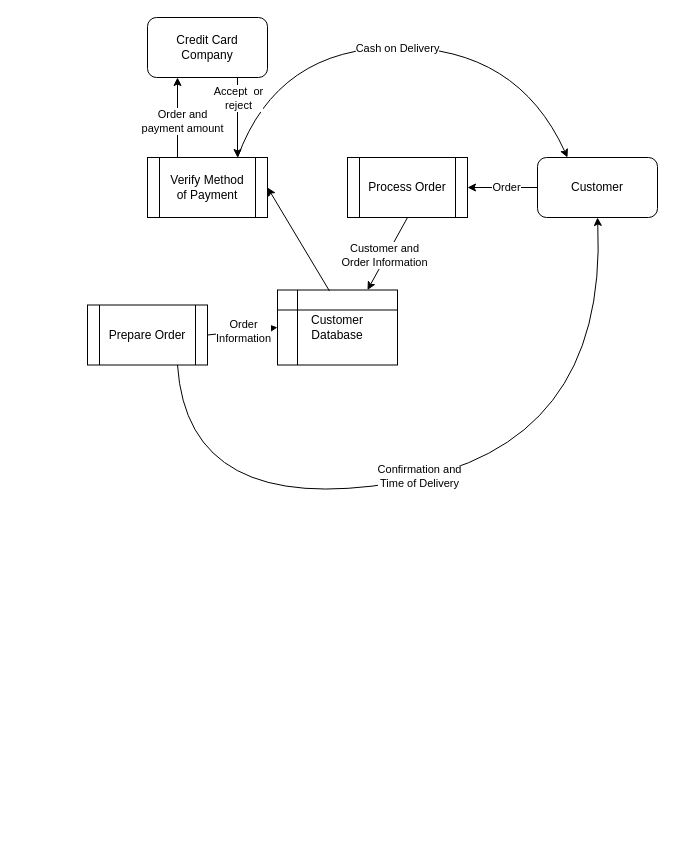
This is Untitled Diagram.drawio from Rimxez/PRATOYO, a draw.io file, before an edit. Source tidied: cells renumbered, new cells numbered last; positions are measured from the earlier drawing's top-left corner, leaving out a move shared by most shapes. Both pictures are drawn from the tidied source at 100%, with x=0, y=0 at pixel (87, 17).
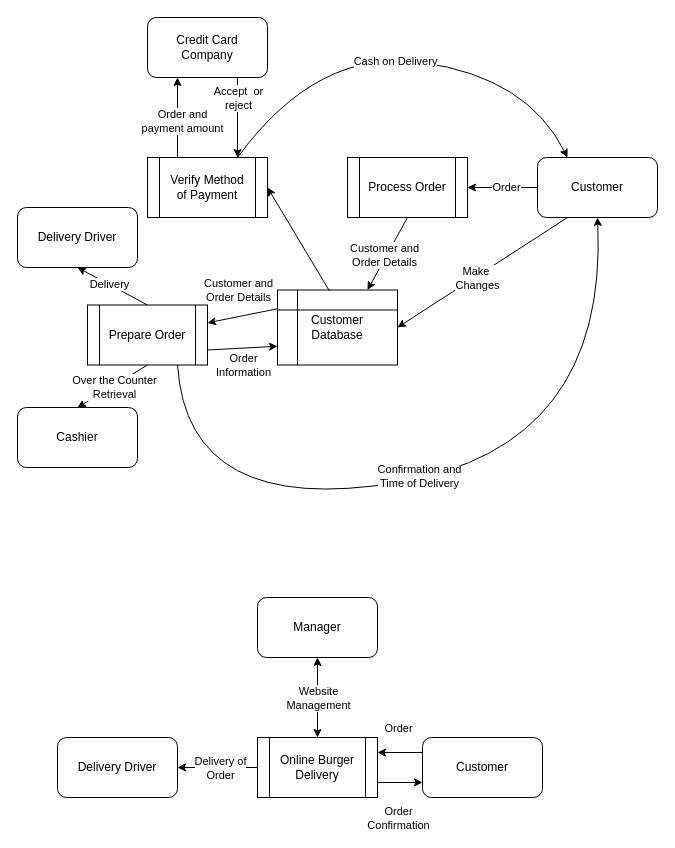
After the change.

Unchanged cells that the change refers to:
```xml
<mxCell id="2" value="Customer" style="rounded=1;whiteSpace=wrap;html=1;" parent="1" vertex="1">
  <mxGeometry x="450" y="140" width="120" height="60" as="geometry" />
</mxCell>
<mxCell id="3" value="Customer&lt;br&gt;Database" style="shape=internalStorage;whiteSpace=wrap;html=1;backgroundOutline=1;" parent="1" vertex="1">
  <mxGeometry x="190" y="272.5" width="120" height="75" as="geometry" />
</mxCell>
<mxCell id="5" value="Verify Method&lt;br&gt;of Payment" style="shape=process;whiteSpace=wrap;html=1;backgroundOutline=1;" parent="1" vertex="1">
  <mxGeometry x="60" y="140" width="120" height="60" as="geometry" />
</mxCell>
<mxCell id="6" value="Prepare Order" style="shape=process;whiteSpace=wrap;html=1;backgroundOutline=1;" parent="1" vertex="1">
  <mxGeometry y="287.5" width="120" height="60" as="geometry" />
</mxCell>
<mxCell id="9" style="endArrow=classic;html=1;rounded=0;entryX=0.75;entryY=0;entryDx=0;entryDy=0;exitX=0.5;exitY=1;exitDx=0;exitDy=0;" parent="1" edge="1" source="4" target="3">
  <mxGeometry relative="1" as="geometry" />
</mxCell>
```

Diff of the diagram source:
```diff
@@
-    <mxCell id="10" value="Customer and&lt;br&gt;Order Information" style="edgeLabel;html=1;align=center;verticalAlign=middle;" parent="9" vertex="1">
+    <mxCell id="10" value="Customer and&lt;br&gt;Order Details" style="edgeLabel;html=1;align=center;verticalAlign=middle;" parent="9" vertex="1">
       <mxGeometry x="0.06" y="-3" relative="1" as="geometry" />
     </mxCell>
@@
     <mxCell id="12" style="curved=1;endArrow=classic;html=1;rounded=0;exitX=0.75;exitY=0;exitDx=0;exitDy=0;entryX=0.25;entryY=0;entryDx=0;entryDy=0;" parent="1" edge="1" source="5" target="2">
       <mxGeometry relative="1" as="geometry">
         <Array as="points">
-          <mxPoint x="190" y="30" />
-          <mxPoint x="430" y="30" />
+          <mxPoint x="230" y="30" />
+          <mxPoint x="440" y="60" />
         </Array>
       </mxGeometry>
     </mxCell>
@@
-    <mxCell id="21" style="endArrow=classic;html=1;rounded=0;exitX=1;exitY=0.5;exitDx=0;exitDy=0;entryX=0;entryY=0.5;entryDx=0;entryDy=0;" parent="1" edge="1" source="6" target="3">
+    <mxCell id="21" style="endArrow=classic;html=1;rounded=0;exitX=1;exitY=0.75;exitDx=0;exitDy=0;entryX=0;entryY=0.75;entryDx=0;entryDy=0;" parent="1" edge="1" source="6" target="3">
       <mxGeometry relative="1" as="geometry" />
     </mxCell>
     <mxCell id="22" value="Order &lt;br&gt;Information" style="edgeLabel;html=1;align=center;verticalAlign=middle;" parent="21" vertex="1">
-      <mxGeometry x="0.03" relative="1" as="geometry" />
+      <mxGeometry x="0.03" relative="1" as="geometry">
+        <mxPoint y="17" as="offset" />
+      </mxGeometry>
     </mxCell>
+    <mxCell id="23" value="Delivery Driver" style="rounded=1;whiteSpace=wrap;html=1;" parent="1" vertex="1">
+      <mxGeometry x="-70" y="190" width="120" height="60" as="geometry" />
+    </mxCell>
+    <mxCell id="24" value="Cashier" style="rounded=1;whiteSpace=wrap;html=1;" parent="1" vertex="1">
+      <mxGeometry x="-70" y="390" width="120" height="60" as="geometry" />
+    </mxCell>
+    <mxCell id="25" style="endArrow=classic;html=1;rounded=0;exitX=0.5;exitY=0;exitDx=0;exitDy=0;entryX=0.5;entryY=1;entryDx=0;entryDy=0;" parent="1" edge="1" source="6" target="23">
+      <mxGeometry relative="1" as="geometry" />
+    </mxCell>
+    <mxCell id="26" value="Delivery" style="edgeLabel;html=1;align=center;verticalAlign=middle;" parent="25" vertex="1">
+      <mxGeometry x="0.12" y="-1" relative="1" as="geometry">
+        <mxPoint y="1" as="offset" />
+      </mxGeometry>
+    </mxCell>
+    <mxCell id="27" style="endArrow=classic;html=1;rounded=0;exitX=0.5;exitY=1;exitDx=0;exitDy=0;entryX=0.5;entryY=0;entryDx=0;entryDy=0;" parent="1" edge="1" source="6" target="24">
+      <mxGeometry relative="1" as="geometry" />
+    </mxCell>
+    <mxCell id="28" value="Over the Counter&lt;br&gt;Retrieval" style="edgeLabel;html=1;align=center;verticalAlign=middle;" parent="27" vertex="1">
+      <mxGeometry x="-0.03" y="2" relative="1" as="geometry" />
+    </mxCell>
+    <mxCell id="29" style="endArrow=classic;html=1;rounded=0;exitX=0;exitY=0.25;exitDx=0;exitDy=0;" parent="1" edge="1" source="3" target="6">
+      <mxGeometry relative="1" as="geometry" />
+    </mxCell>
+    <mxCell id="30" value="Customer and&lt;br&gt;Order Details" style="edgeLabel;html=1;align=center;verticalAlign=middle;" parent="29" vertex="1">
+      <mxGeometry x="0.11" y="-1" relative="1" as="geometry">
+        <mxPoint y="-26" as="offset" />
+      </mxGeometry>
+    </mxCell>
+    <mxCell id="31" value="Customer" style="rounded=1;whiteSpace=wrap;html=1;" parent="1" vertex="1">
+      <mxGeometry x="335" y="720" width="120" height="60" as="geometry" />
+    </mxCell>
+    <mxCell id="32" value="Manager" style="rounded=1;whiteSpace=wrap;html=1;" parent="1" vertex="1">
+      <mxGeometry x="170" y="580" width="120" height="60" as="geometry" />
+    </mxCell>
+    <mxCell id="33" value="Delivery Driver" style="rounded=1;whiteSpace=wrap;html=1;" parent="1" vertex="1">
+      <mxGeometry x="-30" y="720" width="120" height="60" as="geometry" />
+    </mxCell>
+    <mxCell id="34" value="Online Burger&lt;br&gt;Delivery" style="shape=process;whiteSpace=wrap;html=1;backgroundOutline=1;" parent="1" vertex="1">
+      <mxGeometry x="170" y="720" width="120" height="60" as="geometry" />
+    </mxCell>
+    <mxCell id="35" style="endArrow=classic;html=1;rounded=0;exitX=0;exitY=0.25;exitDx=0;exitDy=0;entryX=1;entryY=0.25;entryDx=0;entryDy=0;" parent="1" edge="1" source="31" target="34">
+      <mxGeometry relative="1" as="geometry" />
+    </mxCell>
+    <mxCell id="36" value="Order" style="edgeLabel;html=1;align=center;verticalAlign=middle;" parent="35" vertex="1">
+      <mxGeometry x="-0.07" y="1" relative="1" as="geometry">
+        <mxPoint x="-4" y="-26" as="offset" />
+      </mxGeometry>
+    </mxCell>
+    <mxCell id="37" style="endArrow=classic;html=1;rounded=0;entryX=1;entryY=0.5;entryDx=0;entryDy=0;exitX=0;exitY=0.5;exitDx=0;exitDy=0;" parent="1" edge="1" source="34" target="33">
+      <mxGeometry relative="1" as="geometry" />
+    </mxCell>
+    <mxCell id="38" value="Delivery of&lt;br&gt;Order" style="edgeLabel;html=1;align=center;verticalAlign=middle;" parent="37" vertex="1">
+      <mxGeometry x="-0.04" relative="1" as="geometry" />
+    </mxCell>
+    <mxCell id="39" style="endArrow=classic;startArrow=classic;html=1;rounded=0;entryX=0.5;entryY=1;entryDx=0;entryDy=0;exitX=0.5;exitY=0;exitDx=0;exitDy=0;" parent="1" edge="1" source="34" target="32">
+      <mxGeometry relative="1" as="geometry" />
+    </mxCell>
+    <mxCell id="40" value="Website &lt;br&gt;Management" style="edgeLabel;html=1;align=center;verticalAlign=middle;" parent="39" vertex="1">
+      <mxGeometry x="-0.17" y="-4" relative="1" as="geometry">
+        <mxPoint x="-4" y="-7" as="offset" />
+      </mxGeometry>
+    </mxCell>
+    <mxCell id="41" style="endArrow=classic;html=1;rounded=0;exitX=1;exitY=0.75;exitDx=0;exitDy=0;entryX=0;entryY=0.75;entryDx=0;entryDy=0;" parent="1" edge="1" source="34" target="31">
+      <mxGeometry relative="1" as="geometry" />
+    </mxCell>
+    <mxCell id="42" value="Order&lt;br&gt;Confirmation" style="edgeLabel;html=1;align=center;verticalAlign=middle;" parent="41" vertex="1">
+      <mxGeometry x="-0.29" y="1" relative="1" as="geometry">
+        <mxPoint x="4" y="36" as="offset" />
+      </mxGeometry>
+    </mxCell>
+    <mxCell id="43" style="endArrow=classic;html=1;rounded=0;exitX=0.25;exitY=1;exitDx=0;exitDy=0;entryX=1;entryY=0.5;entryDx=0;entryDy=0;" parent="1" edge="1" source="2" target="3">
+      <mxGeometry relative="1" as="geometry" />
+    </mxCell>
+    <mxCell id="44" value="Make&amp;nbsp;&lt;br&gt;Changes" style="edgeLabel;html=1;align=center;verticalAlign=middle;" parent="43" vertex="1">
+      <mxGeometry x="-0.2" y="-2" relative="1" as="geometry">
+        <mxPoint x="-21" y="18" as="offset" />
+      </mxGeometry>
+    </mxCell>
```
